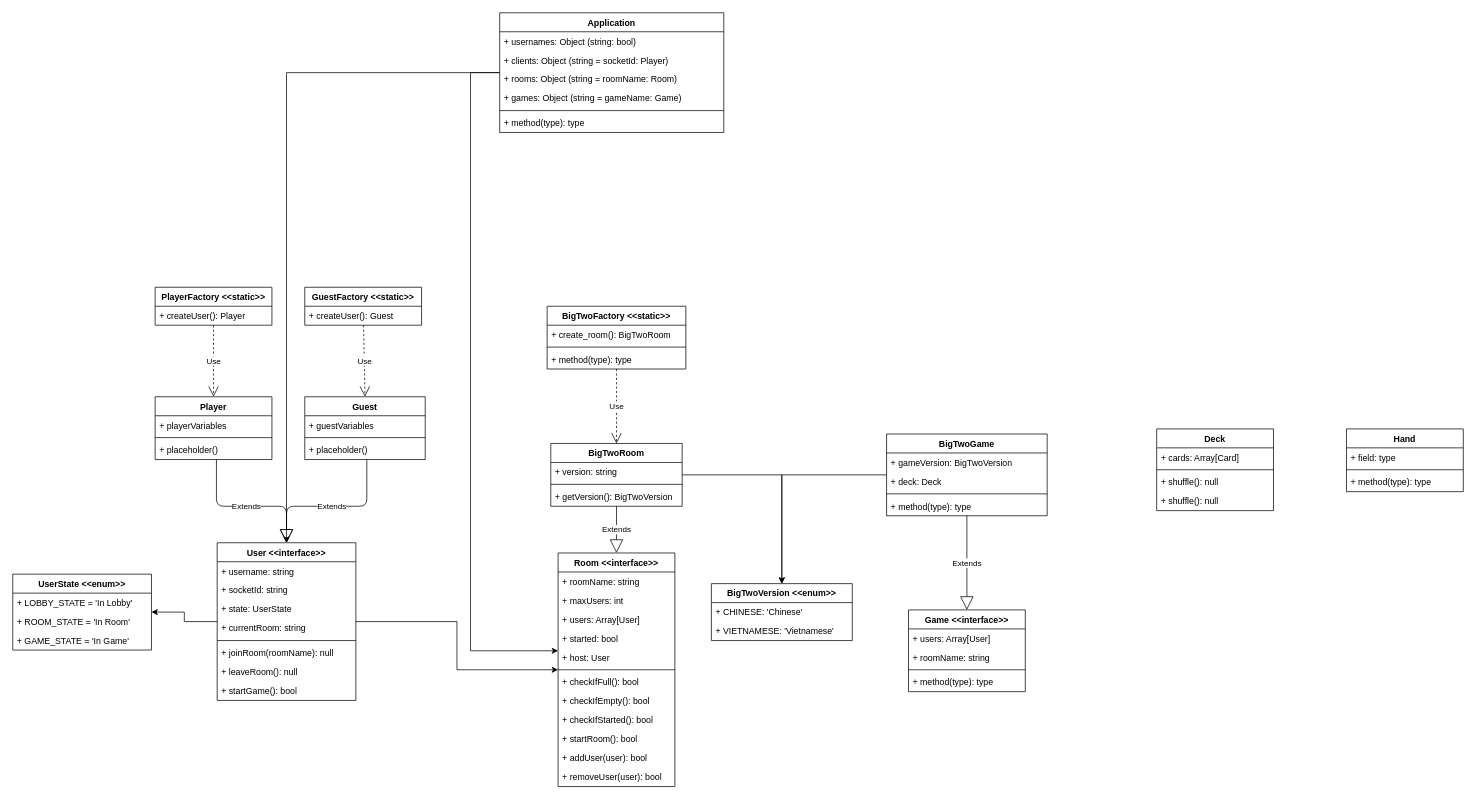
yummyblabla/BigTwoNext keeps this draw.io diagram as UML Diagram.drawio. Above is the earlier version. Source tidied: cells renumbered, new cells numbered last; positions are measured from the earlier drawing's top-left corner, leaving out a move shared by most shapes. Both pictures are drawn from the tidied source at 73%, with x=0, y=0 at pixel (12, 12).
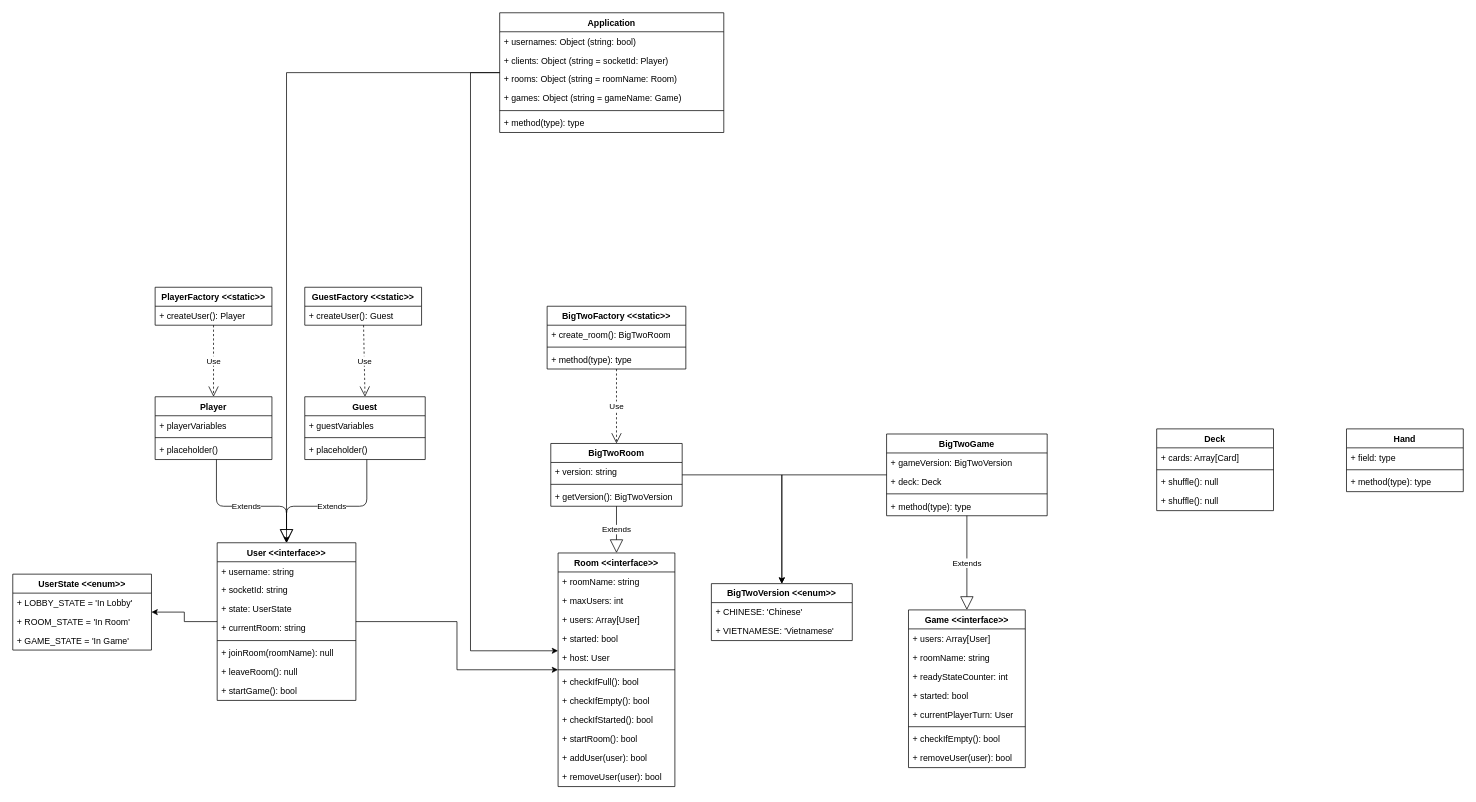
Above is the later version.

What changed in the source:
```diff
@@
     <mxCell id="69" value="Game &lt;&lt;interface&gt;&gt;" style="swimlane;fontStyle=1;align=center;verticalAlign=top;horizontal=1;startSize=26;" parent="1" vertex="1">
-      <mxGeometry x="1227" y="818" width="160" height="112" as="geometry" />
+      <mxGeometry x="1227" y="818" width="160" height="216" as="geometry" />
     </mxCell>
@@
+    <mxCell id="90" value="+ readyStateCounter: int" style="text;strokeColor=none;fillColor=none;align=left;verticalAlign=top;spacingLeft=4;spacingRight=4;overflow=hidden;" parent="69" vertex="1">
+      <mxGeometry y="78" width="160" height="26" as="geometry" />
+    </mxCell>
+    <mxCell id="91" value="+ started: bool" style="text;strokeColor=none;fillColor=none;align=left;verticalAlign=top;spacingLeft=4;spacingRight=4;overflow=hidden;" parent="69" vertex="1">
+      <mxGeometry y="104" width="160" height="26" as="geometry" />
+    </mxCell>
+    <mxCell id="92" value="+ currentPlayerTurn: User" style="text;strokeColor=none;fillColor=none;align=left;verticalAlign=top;spacingLeft=4;spacingRight=4;overflow=hidden;" parent="69" vertex="1">
+      <mxGeometry y="130" width="160" height="26" as="geometry" />
+    </mxCell>
     <mxCell id="72" style="line;strokeWidth=1;fillColor=none;align=left;verticalAlign=middle;spacingTop=-1;spacingLeft=3;spacingRight=3;labelPosition=right;" parent="69" vertex="1">
-      <mxGeometry y="78" width="160" height="8" as="geometry" />
+      <mxGeometry y="156" width="160" height="8" as="geometry" />
     </mxCell>
-    <mxCell id="73" value="+ method(type): type" style="text;strokeColor=none;fillColor=none;align=left;verticalAlign=top;spacingLeft=4;spacingRight=4;overflow=hidden;" parent="69" vertex="1">
-      <mxGeometry y="86" width="160" height="26" as="geometry" />
+    <mxCell id="73" value="+ checkIfEmpty(): bool" style="text;strokeColor=none;fillColor=none;align=left;verticalAlign=top;spacingLeft=4;spacingRight=4;overflow=hidden;" parent="69" vertex="1">
+      <mxGeometry y="164" width="160" height="26" as="geometry" />
     </mxCell>
+    <mxCell id="93" value="+ removeUser(user): bool" style="text;strokeColor=none;fillColor=none;align=left;verticalAlign=top;spacingLeft=4;spacingRight=4;overflow=hidden;" parent="69" vertex="1">
+      <mxGeometry y="190" width="160" height="26" as="geometry" />
+    </mxCell>
```
